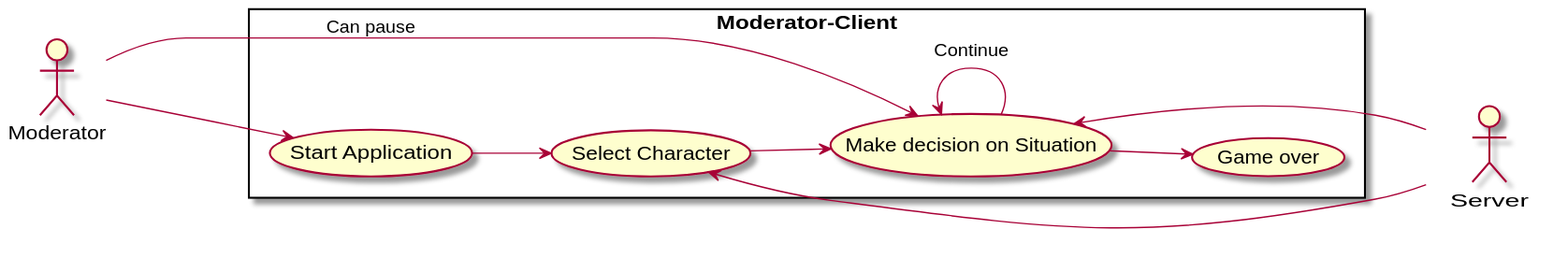
This is Docs/Technical Specifications/docs/diagrams/use-case-diagrams/moderator-client.svg from Brotenko/QualityQuest, a PlantUML export, as it was before one commit. Its diagram source:
```plantuml
@startuml
left to right direction

rectangle "Moderator-Client" {
usecase "Start Application" as START
usecase "Select Character" as CHAR
usecase "Make decision on Situation" as MDOCS
usecase "Game over" as GO
}
actor "Server" as SC
actor "Moderator" as P

SC -up--> CHAR
SC -up--> MDOCS
START --> CHAR
CHAR --> MDOCS
P -down--> START
P -down--> (MDOCS) : Can pause
MDOCS -left--> (MDOCS) : Continue
MDOCS --> GO
@enduml
```
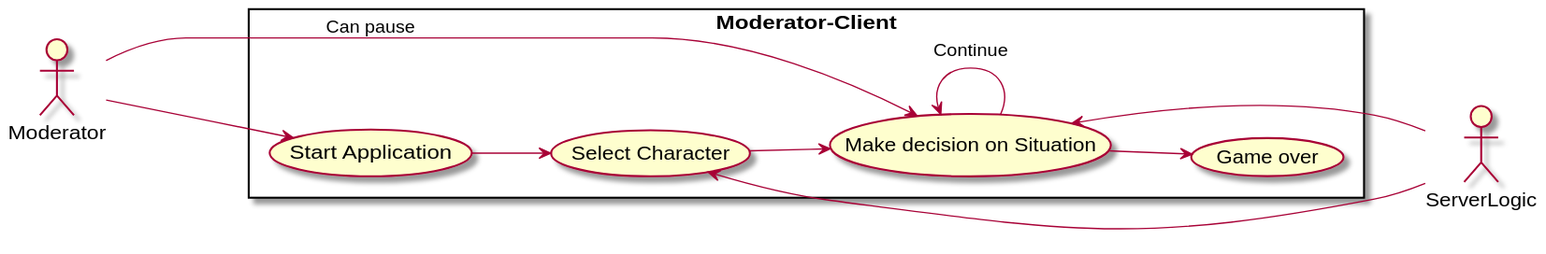
After the change.

Change to the diagram source:
```diff
@@ -7,7 +7,7 @@
 usecase "Make decision on Situation" as MDOCS
 usecase "Game over" as GO
 }
-actor "Server" as SC
+actor "ServerLogic" as SC
 actor "Moderator" as P
 
 SC -up--> CHAR
```
